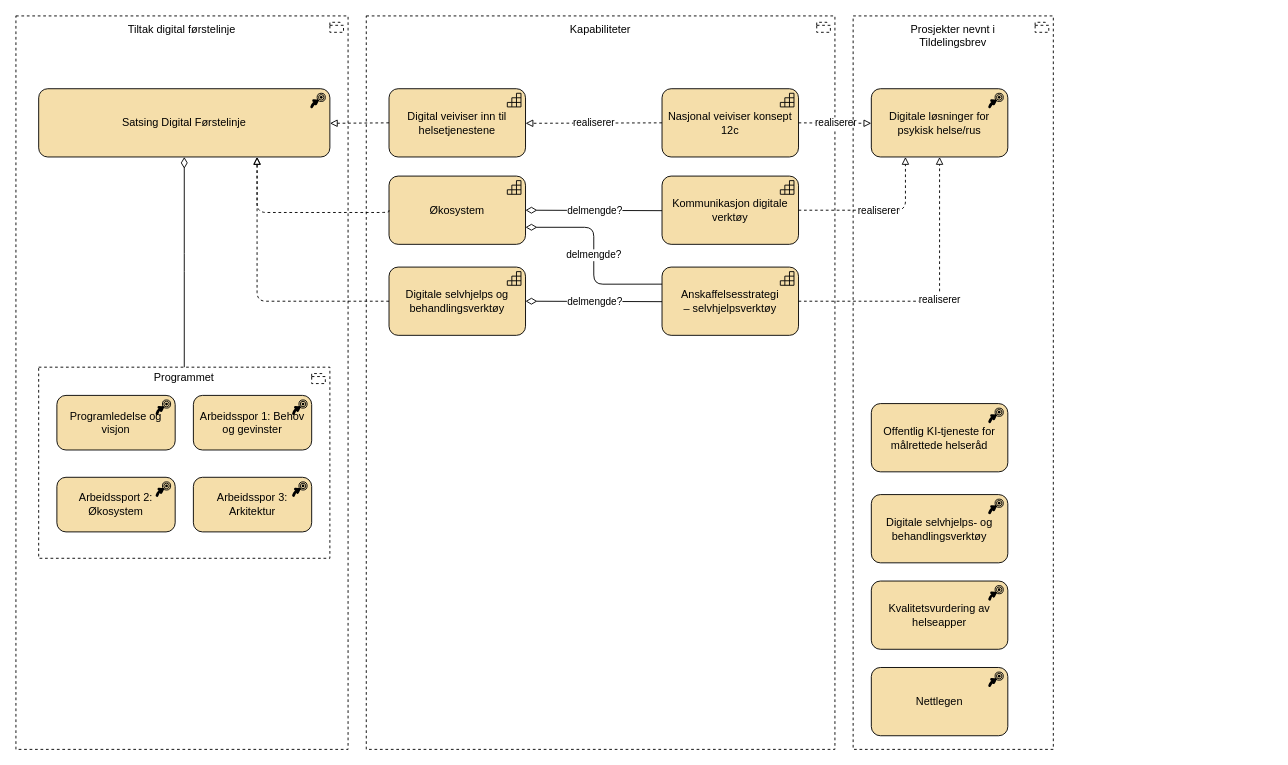
Earlier version of the draw.io diagram page "tiltak-psykhelse" (1 of 3) of docs/strategi/tiltak-kapabiliteter.drawio (hdir/Digital-Forstelinje). Source tidied: cells renumbered, new cells numbered last; positions are measured from the earlier drawing's top-left corner, leaving out a move shared by most shapes. Both pictures are drawn from the tidied source at 91%, with x=0, y=0 at pixel (15, 15).
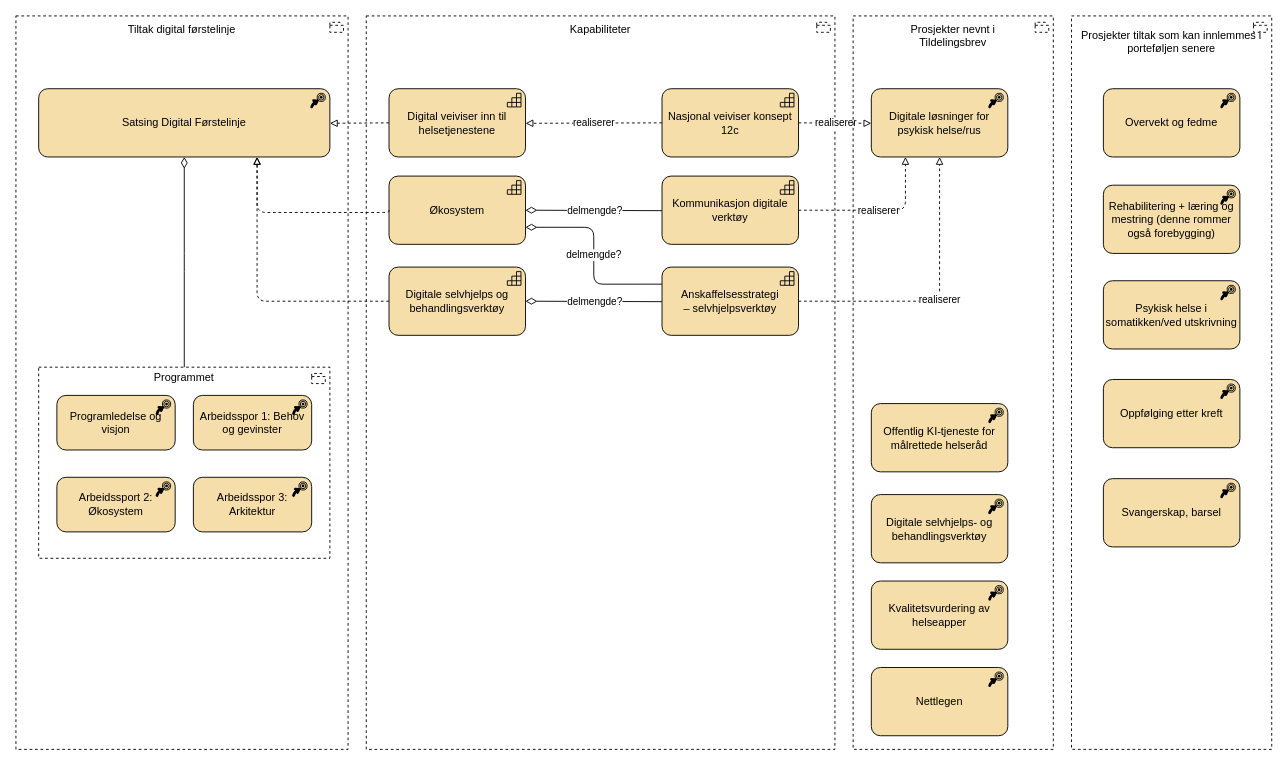
Above is the later version.

Commit message (it also covers changes not shown here):
motivasjon og tiltak

What changed in the source:
```diff
@@
+    <mxCell id="33" value="&lt;div&gt;Prosjekter tiltak som kan innlemmes i porteføljen senere&lt;/div&gt;&lt;div&gt;&lt;br&gt;&lt;/div&gt;&lt;div&gt;&lt;br&gt;&lt;/div&gt;&lt;div&gt;&lt;br&gt;&lt;/div&gt;&lt;div&gt;&lt;br&gt;&lt;/div&gt;&lt;div&gt;&lt;br&gt;&lt;/div&gt;&lt;div&gt;&lt;br&gt;&lt;/div&gt;&lt;div&gt;&lt;br&gt;&lt;/div&gt;&lt;div&gt;&lt;br&gt;&lt;/div&gt;&lt;div&gt;&lt;br&gt;&lt;/div&gt;&lt;div&gt;&lt;br&gt;&lt;/div&gt;&lt;div&gt;&lt;br&gt;&lt;/div&gt;&lt;div&gt;&lt;br&gt;&lt;/div&gt;&lt;div&gt;&lt;br&gt;&lt;/div&gt;&lt;div&gt;&lt;br&gt;&lt;/div&gt;&lt;div&gt;&lt;br&gt;&lt;/div&gt;&lt;div&gt;&lt;br&gt;&lt;/div&gt;&lt;div&gt;&lt;br&gt;&lt;/div&gt;&lt;div&gt;&lt;br&gt;&lt;/div&gt;&lt;div&gt;&lt;br&gt;&lt;/div&gt;&lt;div&gt;&lt;br&gt;&lt;/div&gt;&lt;div&gt;&lt;br&gt;&lt;/div&gt;&lt;div&gt;&lt;br&gt;&lt;/div&gt;&lt;div&gt;&lt;br&gt;&lt;/div&gt;&lt;div&gt;&lt;br&gt;&lt;/div&gt;&lt;div&gt;&lt;br&gt;&lt;/div&gt;&lt;div&gt;&lt;br&gt;&lt;/div&gt;&lt;div&gt;&lt;br&gt;&lt;/div&gt;&lt;div&gt;&lt;br&gt;&lt;/div&gt;&lt;div&gt;&lt;br&gt;&lt;/div&gt;&lt;div&gt;&lt;br&gt;&lt;/div&gt;&lt;div&gt;&lt;br&gt;&lt;/div&gt;&lt;div&gt;&lt;br&gt;&lt;/div&gt;&lt;div&gt;&lt;br&gt;&lt;/div&gt;&lt;div&gt;&lt;br&gt;&lt;/div&gt;&lt;div&gt;&lt;br&gt;&lt;/div&gt;&lt;div&gt;&lt;br&gt;&lt;/div&gt;&lt;div&gt;&lt;br&gt;&lt;/div&gt;&lt;div&gt;&lt;br&gt;&lt;/div&gt;&lt;div&gt;&lt;br&gt;&lt;/div&gt;&lt;div&gt;&lt;br&gt;&lt;/div&gt;&lt;div&gt;&lt;br&gt;&lt;/div&gt;&lt;div&gt;&lt;br&gt;&lt;/div&gt;&lt;div&gt;&lt;br&gt;&lt;/div&gt;&lt;div&gt;&lt;br&gt;&lt;/div&gt;&lt;div&gt;&lt;br&gt;&lt;/div&gt;&lt;div&gt;&lt;br&gt;&lt;/div&gt;&lt;div&gt;&lt;br&gt;&lt;/div&gt;&lt;div&gt;&lt;br&gt;&lt;/div&gt;&lt;div&gt;&lt;br&gt;&lt;/div&gt;&lt;div&gt;&lt;br&gt;&lt;/div&gt;&lt;div&gt;&lt;br&gt;&lt;/div&gt;&lt;div&gt;&lt;br&gt;&lt;/div&gt;" style="html=1;whiteSpace=wrap;shape=mxgraph.archimate3.application;appType=grouping;archiType=square;dashed=1;fillColor=none;" parent="1" vertex="1">
+      <mxGeometry x="1160" width="220" height="806" as="geometry" />
+    </mxCell>
+    <mxCell id="34" value="Overvekt og fedme" style="html=1;whiteSpace=wrap;fillColor=#F5DEAA;shape=mxgraph.archimate3.application;appType=course;archiType=rounded;" parent="1" vertex="1">
+      <mxGeometry x="1195" y="80" width="150" height="75" as="geometry" />
+    </mxCell>
+    <mxCell id="35" value="Rehabilitering + læring og mestring (denne rommer også forebygging)" style="html=1;whiteSpace=wrap;fillColor=#F5DEAA;shape=mxgraph.archimate3.application;appType=course;archiType=rounded;" parent="1" vertex="1">
+      <mxGeometry x="1195" y="186" width="150" height="75" as="geometry" />
+    </mxCell>
+    <mxCell id="36" value="Psykisk helse i somatikken/ved utskrivning" style="html=1;whiteSpace=wrap;fillColor=#F5DEAA;shape=mxgraph.archimate3.application;appType=course;archiType=rounded;" parent="1" vertex="1">
+      <mxGeometry x="1195" y="291" width="150" height="75" as="geometry" />
+    </mxCell>
+    <mxCell id="37" value="&lt;div&gt;Oppfølging etter kreft&lt;/div&gt;" style="html=1;whiteSpace=wrap;fillColor=#F5DEAA;shape=mxgraph.archimate3.application;appType=course;archiType=rounded;" parent="1" vertex="1">
+      <mxGeometry x="1195" y="399.5" width="150" height="75" as="geometry" />
+    </mxCell>
+    <mxCell id="38" value="Svangerskap, barsel" style="html=1;whiteSpace=wrap;fillColor=#F5DEAA;shape=mxgraph.archimate3.application;appType=course;archiType=rounded;" parent="1" vertex="1">
+      <mxGeometry x="1195" y="508.5" width="150" height="75" as="geometry" />
+    </mxCell>
```
